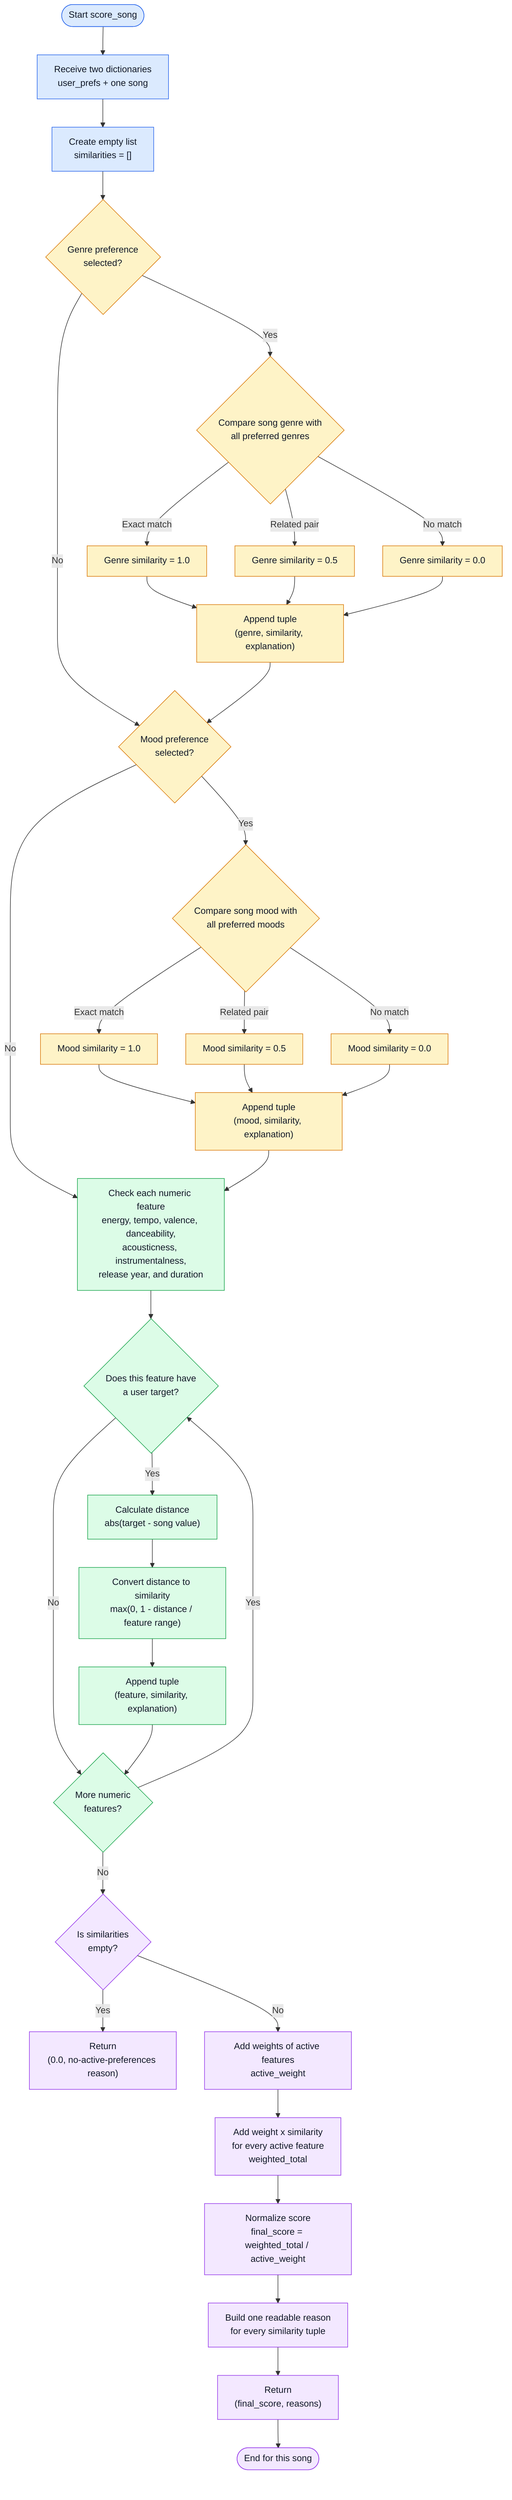
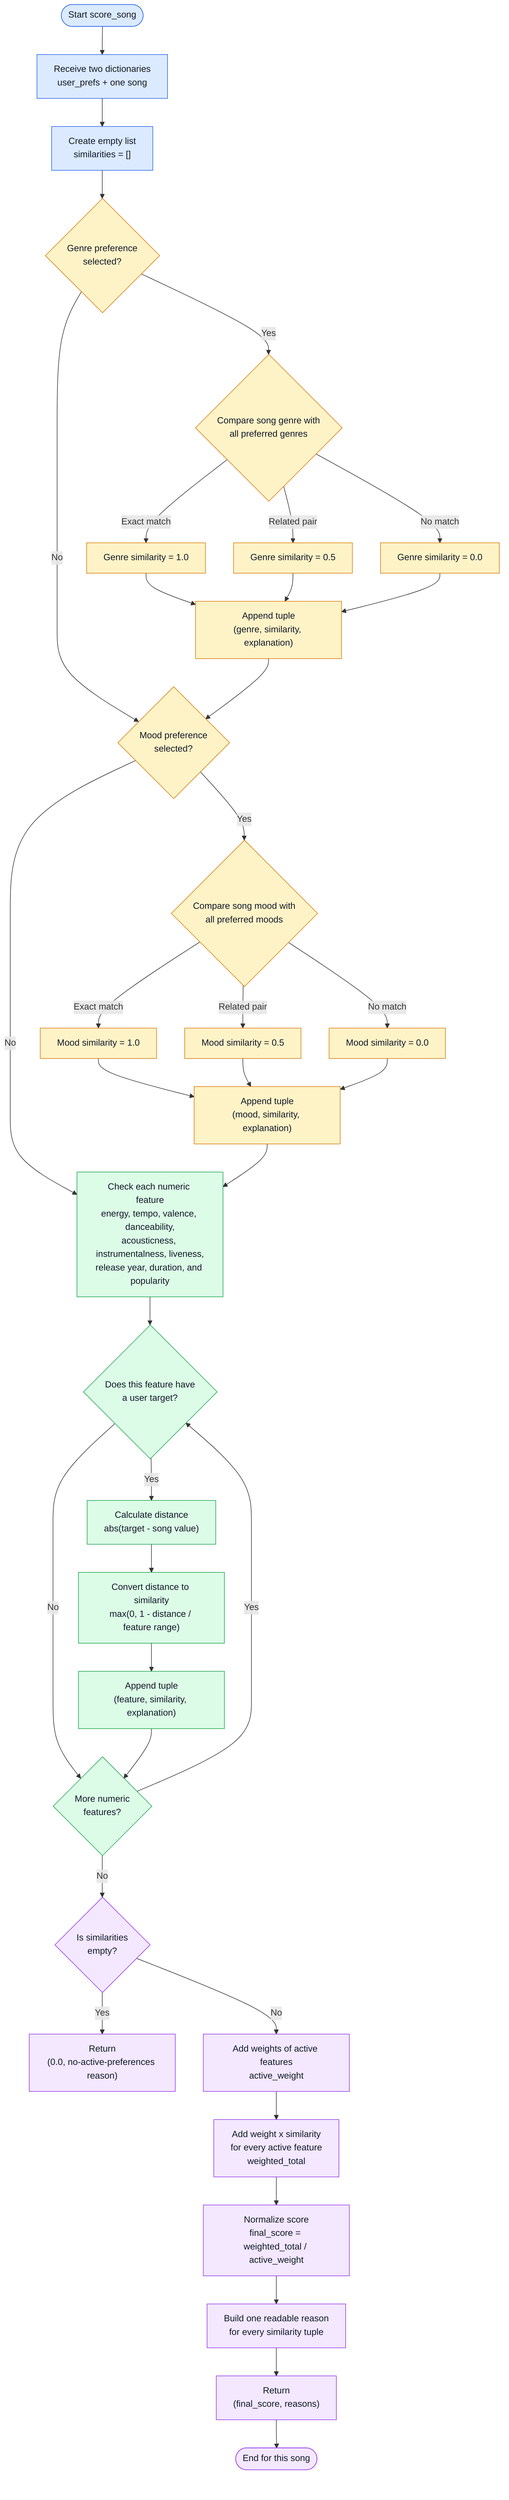
flowchart TD
    A([Start score_song]) --> B["Receive two dictionaries<br/>user_prefs + one song"]
    B --> C["Create empty list<br/>similarities = []"]

    C --> D{"Genre preference<br/>selected?"}
    D -- No --> H
    D -- Yes --> E{"Compare song genre with<br/>all preferred genres"}
    E -- Exact match --> F1["Genre similarity = 1.0"]
    E -- Related pair --> F2["Genre similarity = 0.5"]
    E -- No match --> F3["Genre similarity = 0.0"]
    F1 --> G["Append tuple<br/>(genre, similarity, explanation)"]
    F2 --> G
    F3 --> G

    G --> H{"Mood preference<br/>selected?"}
    H -- No --> K
    H -- Yes --> I{"Compare song mood with<br/>all preferred moods"}
    I -- Exact match --> J1["Mood similarity = 1.0"]
    I -- Related pair --> J2["Mood similarity = 0.5"]
    I -- No match --> J3["Mood similarity = 0.0"]
    J1 --> J["Append tuple<br/>(mood, similarity, explanation)"]
    J2 --> J
    J3 --> J

-     J --> K["Check each numeric feature<br/>energy, tempo, valence, danceability,<br/>acousticness, instrumentalness,<br/>release year, and duration"]
+     J --> K["Check each numeric feature<br/>energy, tempo, valence, danceability,<br/>acousticness, instrumentalness, liveness,<br/>release year, duration, and popularity"]
    K --> L{"Does this feature have<br/>a user target?"}
    L -- No --> M{"More numeric<br/>features?"}
    L -- Yes --> N["Calculate distance<br/>abs(target - song value)"]
    N --> O["Convert distance to similarity<br/>max(0, 1 - distance / feature range)"]
    O --> P["Append tuple<br/>(feature, similarity, explanation)"]
    P --> M
    M -- Yes --> L

    M -- No --> Q{"Is similarities<br/>empty?"}
    Q -- Yes --> R["Return<br/>(0.0, no-active-preferences reason)"]
    Q -- No --> S["Add weights of active features<br/>active_weight"]
    S --> T["Add weight x similarity<br/>for every active feature<br/>weighted_total"]
    T --> U["Normalize score<br/>final_score = weighted_total / active_weight"]
    U --> V["Build one readable reason<br/>for every similarity tuple"]
    V --> W["Return<br/>(final_score, reasons)"]
    W --> X([End for this song])

    classDef input fill:#dbeafe,stroke:#2563eb,color:#111827;
    classDef category fill:#fef3c7,stroke:#d97706,color:#111827;
    classDef numeric fill:#dcfce7,stroke:#16a34a,color:#111827;
    classDef result fill:#f3e8ff,stroke:#9333ea,color:#111827;

    class A,B,C input;
    class D,E,F1,F2,F3,G,H,I,J1,J2,J3,J category;
    class K,L,M,N,O,P numeric;
    class Q,R,S,T,U,V,W,X result;
